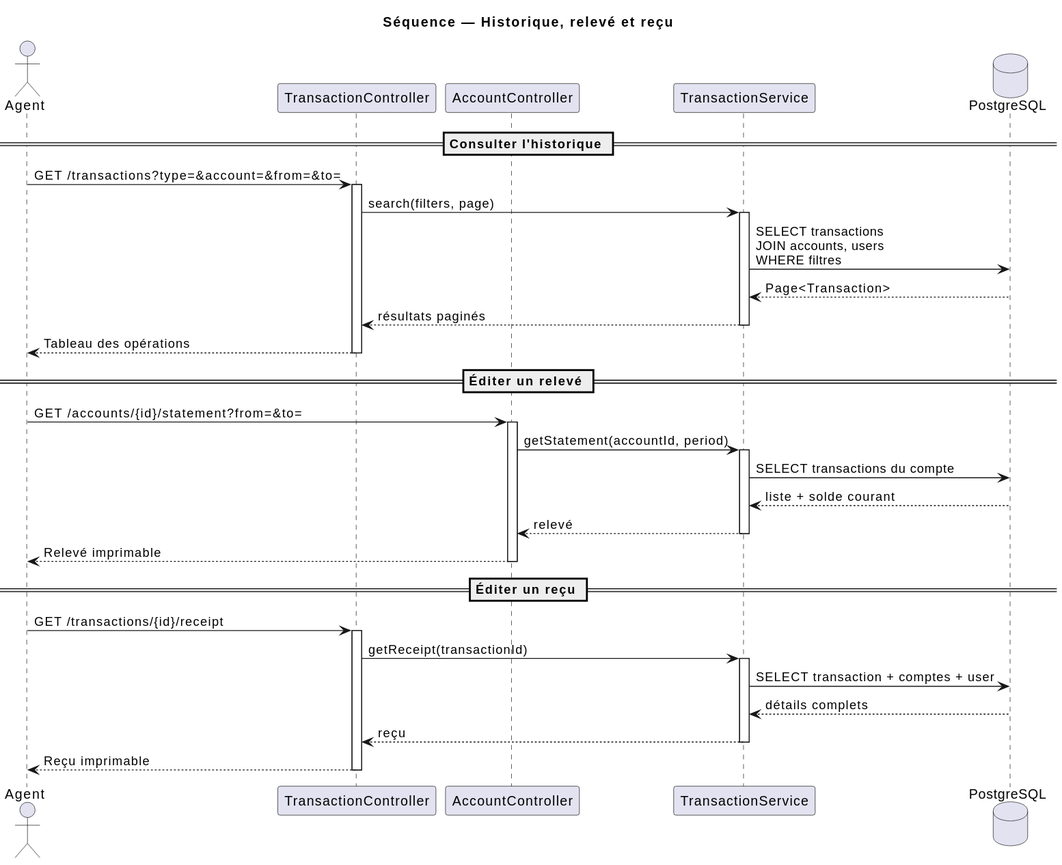
aminabensouda106-gif/banque1 keeps this PlantUML diagram as documentation/uml/sequence/04-consultation-historique.svg. Above is the earlier version. Source of this version:
```plantuml
@startuml
skinparam shadowing false
skinparam responseMessageBelowArrow true

title Séquence — Historique, relevé et reçu

actor Agent
participant "TransactionController" as TC
participant "AccountController" as AC
participant "TransactionService" as TS
database "PostgreSQL" as DB

== Consulter l'historique ==

Agent -> TC : GET /transactions?type=&account=&from=&to=
activate TC
TC -> TS : search(filters, page)
activate TS
TS -> DB : SELECT transactions\nJOIN accounts, users\nWHERE filtres
DB --> TS : Page<Transaction>
TS --> TC : résultats paginés
deactivate TS
TC --> Agent : Tableau des opérations
deactivate TC

== Éditer un relevé ==

Agent -> AC : GET /accounts/{id}/statement?from=&to=
activate AC
AC -> TS : getStatement(accountId, period)
activate TS
TS -> DB : SELECT transactions du compte
DB --> TS : liste + solde courant
TS --> AC : relevé
deactivate TS
AC --> Agent : Relevé imprimable
deactivate AC

== Éditer un reçu ==

Agent -> TC : GET /transactions/{id}/receipt
activate TC
TC -> TS : getReceipt(transactionId)
activate TS
TS -> DB : SELECT transaction + comptes + user
DB --> TS : détails complets
TS --> TC : reçu
deactivate TS
TC --> Agent : Reçu imprimable
deactivate TC
@enduml
```
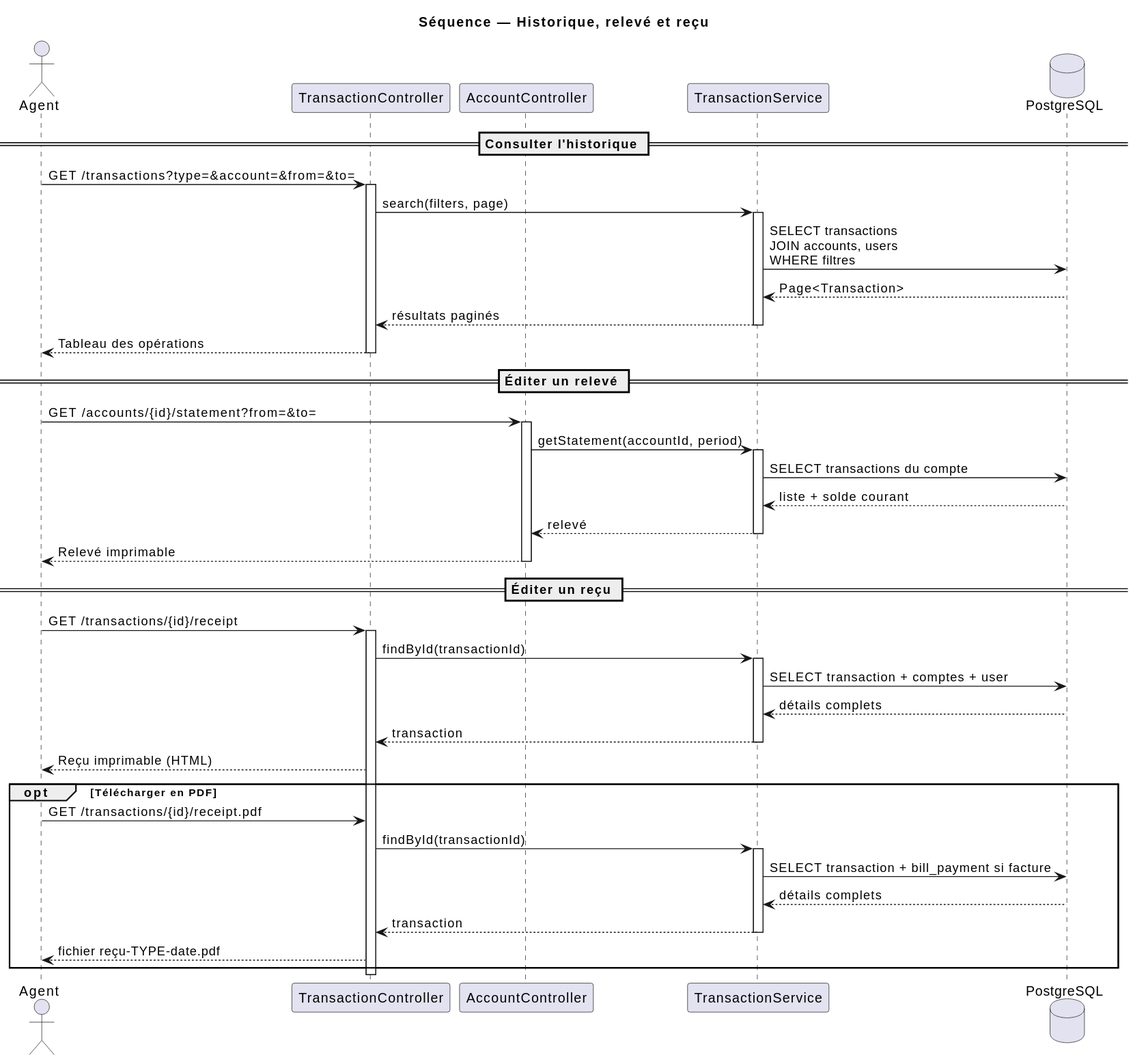
Above is the later version.

Change to the diagram source:
```diff
@@ -40,12 +40,23 @@
 
 Agent -> TC : GET /transactions/{id}/receipt
 activate TC
-TC -> TS : getReceipt(transactionId)
+TC -> TS : findById(transactionId)
 activate TS
 TS -> DB : SELECT transaction + comptes + user
 DB --> TS : détails complets
-TS --> TC : reçu
+TS --> TC : transaction
 deactivate TS
-TC --> Agent : Reçu imprimable
+TC --> Agent : Reçu imprimable (HTML)
+
+opt Télécharger en PDF
+  Agent -> TC : GET /transactions/{id}/receipt.pdf
+  TC -> TS : findById(transactionId)
+  activate TS
+  TS -> DB : SELECT transaction + bill_payment si facture
+  DB --> TS : détails complets
+  TS --> TC : transaction
+  deactivate TS
+  TC --> Agent : fichier reçu-TYPE-date.pdf
+end
 deactivate TC
 @enduml
```
